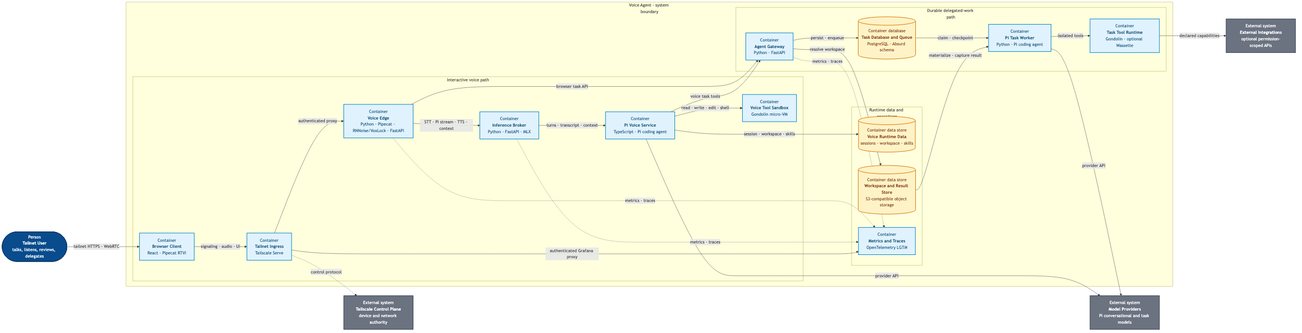
The Mermaid diagram products/voice-agent/docs/architecture/c2-container.png in ragavsathish/agent-workload-platform, before a commit. Its source is kept beside it as products/voice-agent/docs/architecture/c2-container.mmd.
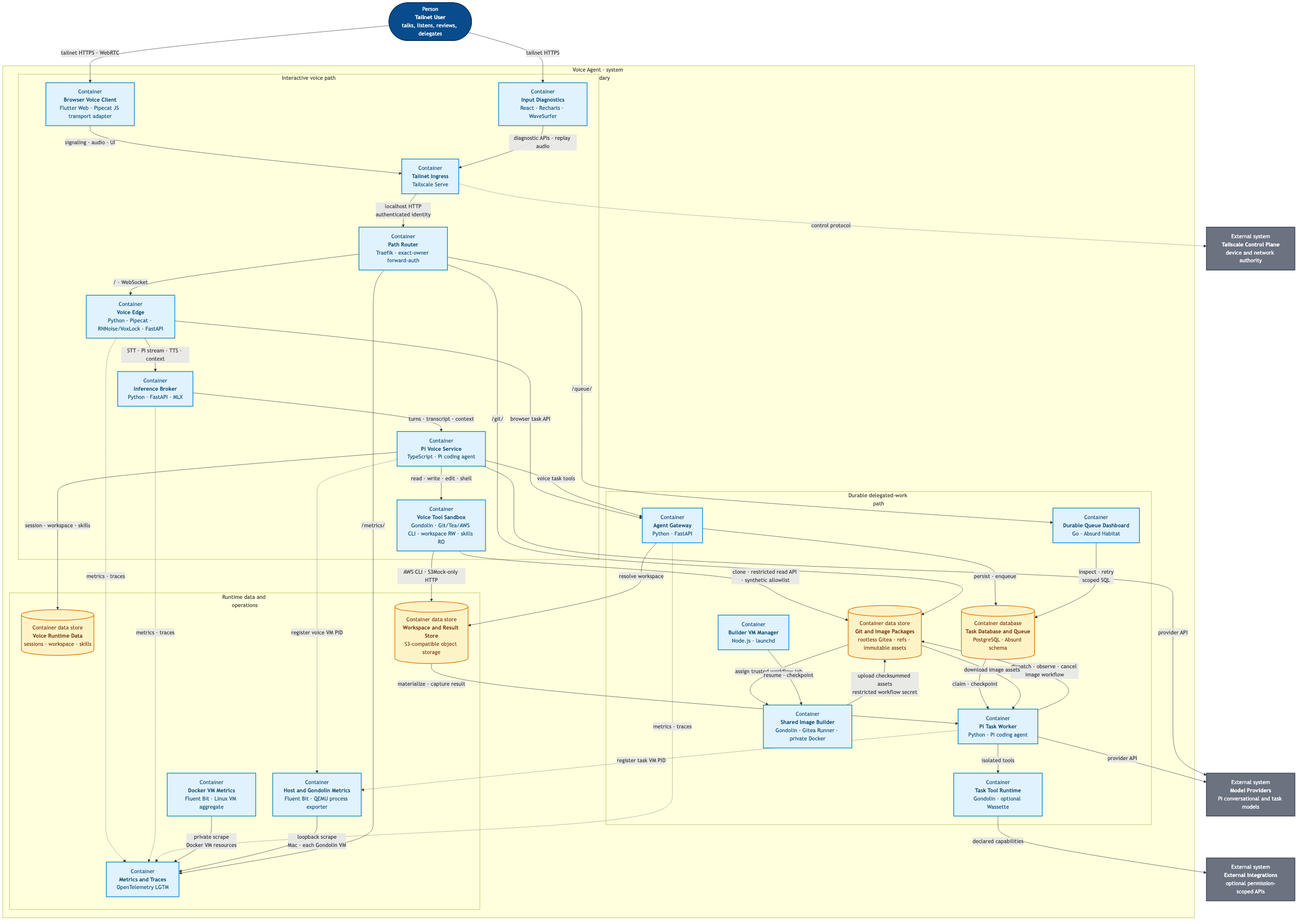
After the commit.

What changed in the source:
```diff
@@ -1,4 +1,4 @@
-flowchart LR
+flowchart TB
     USER(["Person<br/><b>Tailnet User</b><br/>talks, listens, reviews, delegates"])
     TSC["External system<br/><b>Tailscale Control Plane</b><br/>device and network authority"]
     MODELS["External system<br/><b>Model Providers</b><br/>Pi conversational and task models"]
@@ -9,14 +9,18 @@
 
         subgraph VOICE["Interactive voice path"]
             direction LR
-            BROWSER["Container<br/><b>Browser Client</b><br/>React · Pipecat RTVI"]
+            BROWSER["Container<br/><b>Browser Voice Client</b><br/>Flutter Web · Pipecat JS transport adapter"]
+            DIAGNOSTICS["Container<br/><b>Input Diagnostics</b><br/>React · Recharts · WaveSurfer"]
             INGRESS["Container<br/><b>Tailnet Ingress</b><br/>Tailscale Serve"]
+            ROUTER["Container<br/><b>Path Router</b><br/>Traefik · exact-owner forward-auth"]
             EDGE["Container<br/><b>Voice Edge</b><br/>Python · Pipecat · RNNoise/VoxLock · FastAPI"]
             BROKER["Container<br/><b>Inference Broker</b><br/>Python · FastAPI · MLX"]
             PI["Container<br/><b>Pi Voice Service</b><br/>TypeScript · Pi coding agent"]
-            VOICE_VM["Container<br/><b>Voice Tool Sandbox</b><br/>Gondolin micro-VM"]
+            VOICE_VM["Container<br/><b>Voice Tool Sandbox</b><br/>Gondolin · Git/Tea/AWS CLI · workspace RW · skills RO"]
             BROWSER -->|"signaling · audio · UI"| INGRESS
-            INGRESS -->|"authenticated proxy"| EDGE
+            DIAGNOSTICS -->|"diagnostic APIs · replay audio"| INGRESS
+            INGRESS -->|"localhost HTTP<br/>authenticated identity"| ROUTER
+            ROUTER -->|"/ · WebSocket"| EDGE
             EDGE -->|"STT · Pi stream · TTS · context"| BROKER
             BROKER -->|"turns · transcript · context"| PI
             PI -->|"read · write · edit · shell"| VOICE_VM
@@ -26,32 +30,53 @@
             direction LR
             GATEWAY["Container<br/><b>Agent Gateway</b><br/>Python · FastAPI"]
             TASKS[("Container database<br/><b>Task Database and Queue</b><br/>PostgreSQL · Absurd schema")]
+            HABITAT["Container<br/><b>Durable Queue Dashboard</b><br/>Go · Absurd Habitat"]
             WORKER["Container<br/><b>Pi Task Worker</b><br/>Python · Pi coding agent"]
+            BUILDER_MANAGER["Container<br/><b>Builder VM Manager</b><br/>Node.js · launchd"]
+            BUILDER_VM["Container<br/><b>Shared Image Builder</b><br/>Gondolin · Gitea Runner · private Docker"]
             TASK_TOOLS["Container<br/><b>Task Tool Runtime</b><br/>Gondolin · optional Wassette"]
             GATEWAY -->|"persist · enqueue"| TASKS
+            HABITAT -->|"inspect · retry<br/>scoped SQL"| TASKS
             TASKS -->|"claim · checkpoint"| WORKER
+            WORKER -->|"dispatch · observe · cancel image workflow"| GITEA
+            GITEA -->|"assign trusted workflow job"| BUILDER_VM
+            BUILDER_MANAGER -->|"resume · checkpoint"| BUILDER_VM
             WORKER -->|"isolated tools"| TASK_TOOLS
         end
 
         subgraph DATA["Runtime data and operations"]
             direction LR
             VOICE_DATA[("Container data store<br/><b>Voice Runtime Data</b><br/>sessions · workspace · skills")]
+            GITEA[("Container data store<br/><b>Git and Image Packages</b><br/>rootless Gitea · refs · immutable assets")]
             ARTIFACTS[("Container data store<br/><b>Workspace and Result Store</b><br/>S3-compatible object storage")]
+            DOCKER_METRICS["Container<br/><b>Docker VM Metrics</b><br/>Fluent Bit · Linux VM aggregate"]
+            HOST_METRICS["Container<br/><b>Host and Gondolin Metrics</b><br/>Fluent Bit · QEMU process exporter"]
             OTEL["Container<br/><b>Metrics and Traces</b><br/>OpenTelemetry LGTM"]
         end
 
         EDGE -->|"browser task API"| GATEWAY
         PI -->|"voice task tools"| GATEWAY
         PI -->|"session · workspace · skills"| VOICE_DATA
+        VOICE_VM -->|"clone · restricted read API · synthetic allowlist"| GITEA
+        VOICE_VM -->|"AWS CLI · S3Mock-only HTTP"| ARTIFACTS
         GATEWAY -->|"resolve workspace"| ARTIFACTS
         ARTIFACTS -->|"materialize · capture result"| WORKER
+        BUILDER_VM -->|"upload checksummed assets<br/>restricted workflow secret"| GITEA
+        GITEA -->|"download image assets"| WORKER
         EDGE -.->|"metrics · traces"| OTEL
         BROKER -.->|"metrics · traces"| OTEL
         GATEWAY -.->|"metrics · traces"| OTEL
-        INGRESS -->|"authenticated Grafana proxy"| OTEL
+        PI -.->|"register voice VM PID"| HOST_METRICS
+        WORKER -.->|"register task VM PID"| HOST_METRICS
+        DOCKER_METRICS -->|"private scrape<br/>Docker VM resources"| OTEL
+        HOST_METRICS -->|"loopback scrape<br/>Mac · each Gondolin VM"| OTEL
+        ROUTER -->|"/metrics/"| OTEL
+        ROUTER -->|"/git/"| GITEA
+        ROUTER -->|"/queue/"| HABITAT
     end
 
     USER -->|"tailnet HTTPS · WebRTC"| BROWSER
+    USER -->|"tailnet HTTPS"| DIAGNOSTICS
     INGRESS -.->|"control protocol"| TSC
     PI -->|"provider API"| MODELS
     WORKER -->|"provider API"| MODELS
@@ -63,5 +88,5 @@
     classDef data fill:#fef3c7,color:#78350f,stroke:#d97706,stroke-width:2px;
     class USER person;
     class TSC,MODELS,INTEGRATIONS external;
-    class BROWSER,INGRESS,EDGE,BROKER,PI,VOICE_VM,GATEWAY,WORKER,TASK_TOOLS,OTEL container;
-    class TASKS,VOICE_DATA,ARTIFACTS data;
+    class BROWSER,DIAGNOSTICS,INGRESS,ROUTER,EDGE,BROKER,PI,VOICE_VM,GATEWAY,HABITAT,WORKER,BUILDER_MANAGER,BUILDER_VM,TASK_TOOLS,DOCKER_METRICS,HOST_METRICS,OTEL container;
+    class TASKS,VOICE_DATA,GITEA,ARTIFACTS data;
```
